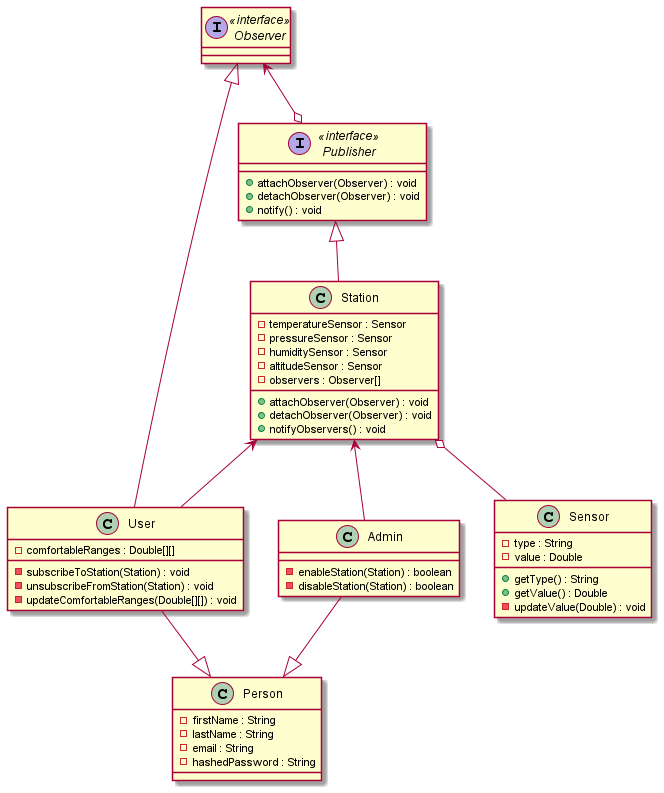
The PlantUML diagram diagrams/class/diagram.png in ooad-sv/semester-project-design, before a commit.
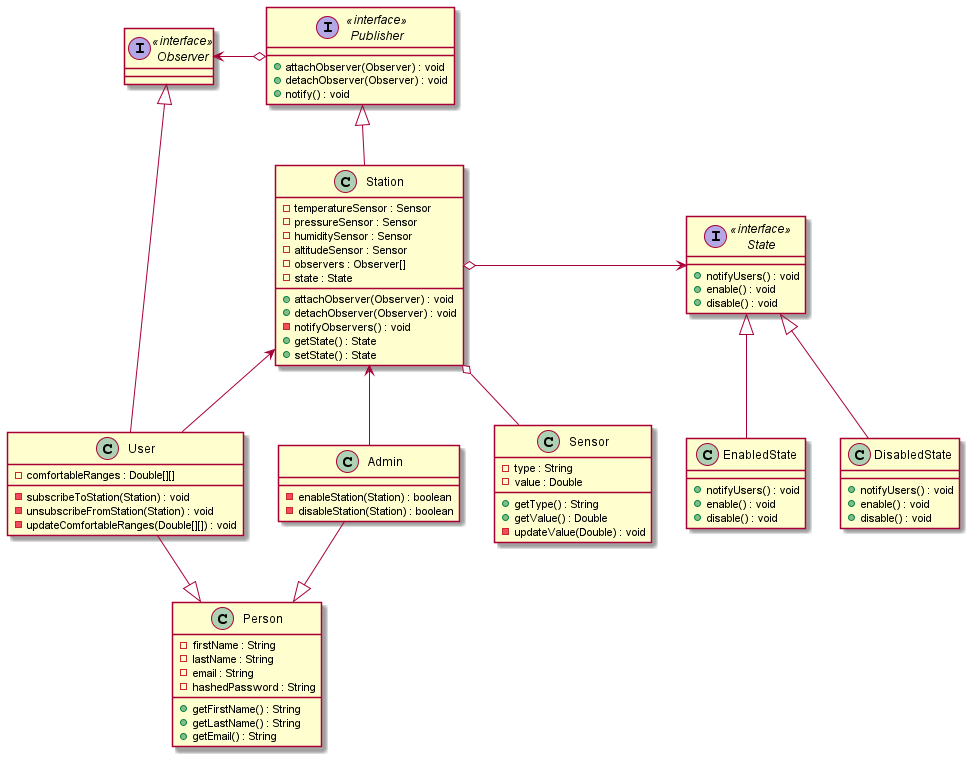
After the change.

What changed in the source:
```diff
@@ -15,6 +15,9 @@
     -lastName : String
     -email : String
     -hashedPassword : String
+    +getFirstName() : String
+    +getLastName() : String
+    +getEmail() : String
 }
 
 class User {
@@ -43,9 +46,30 @@
     -humiditySensor : Sensor
     -altitudeSensor : Sensor
     -observers : Observer[]
+    -state : State
     +attachObserver(Observer) : void
     +detachObserver(Observer) : void
-    +notifyObservers() : void
+    -notifyObservers() : void
+    +getState() : State
+    +setState() : State
+}
+
+interface State <<interface>> {
+    +notifyUsers() : void
+    +enable() : void
+    +disable() : void
+}
+
+class EnabledState {
+    +notifyUsers() : void
+    +enable() : void
+    +disable() : void
+}
+
+class DisabledState {
+    +notifyUsers() : void
+    +enable() : void
+    +disable() : void
 }
 
 User --|> Person
@@ -54,11 +78,16 @@
 Station o-- Sensor
 
 Publisher <|-- Station
-Observer <|-- User
+Observer <|--- User
 
-Observer <--o Publisher
+Observer <-o Publisher
 
 Station <-- User
 Station <-- Admin
 
+State <|-- EnabledState
+State <|-- DisabledState
+
+Station o-> State
+
 @enduml
```
